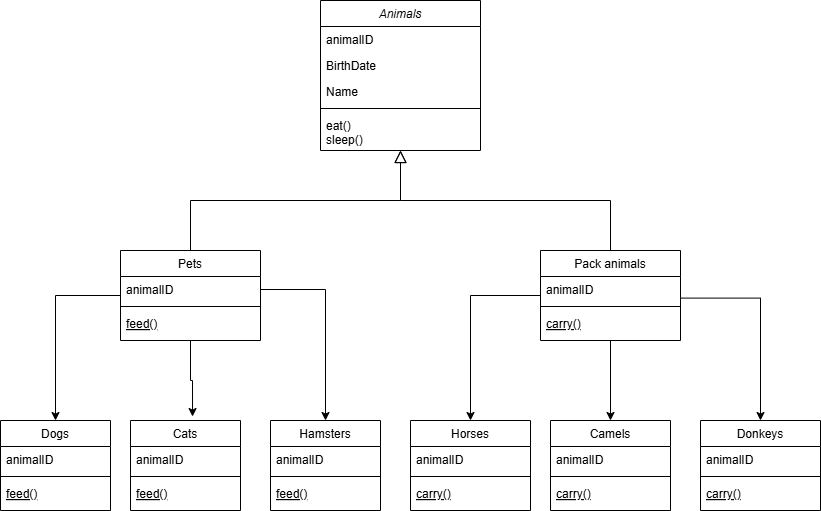
Before: diagram/Animals_diagram.drawio.png, a diagram exported from draw.io (avopira/final_block2). Source tidied: cells renumbered, new cells last; positions are measured from the earlier drawing's top-left corner, leaving out a move shared by most shapes.
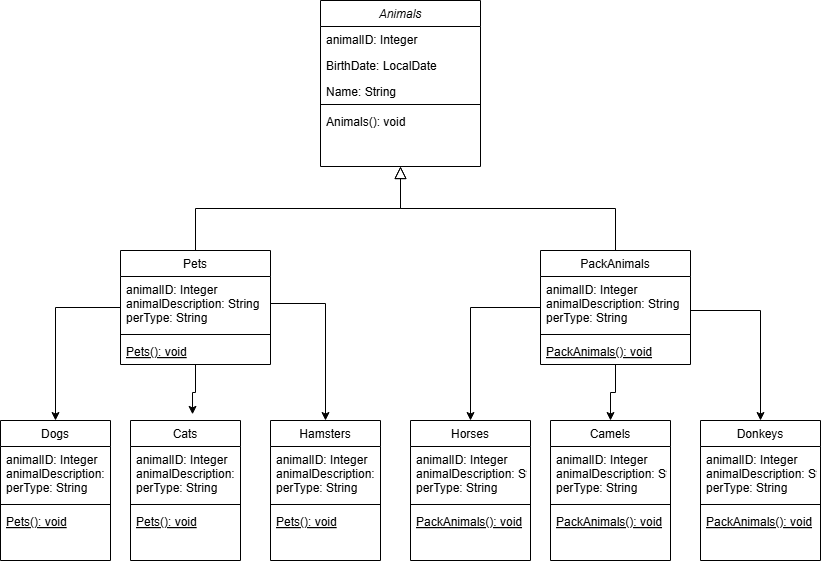
Later version of the same file.

What changed in the source:
```diff
@@ -3,37 +3,37 @@
     <mxCell id="0" />
     <mxCell id="1" parent="0" />
     <mxCell id="2" value="Animals" style="swimlane;fontStyle=2;align=center;verticalAlign=top;horizontal=1;startSize=26;rounded=0;shadow=0;strokeWidth=1;" parent="1" vertex="1">
-      <mxGeometry x="320" width="160" height="150" as="geometry" />
+      <mxGeometry x="320" width="160" height="166" as="geometry" />
     </mxCell>
-    <mxCell id="3" value="animalID" style="text;align=left;verticalAlign=top;spacingLeft=4;spacingRight=4;overflow=hidden;" parent="2" vertex="1">
+    <mxCell id="3" value="animalID: Integer" style="text;align=left;verticalAlign=top;spacingLeft=4;spacingRight=4;overflow=hidden;" parent="2" vertex="1">
       <mxGeometry y="26" width="160" height="26" as="geometry" />
     </mxCell>
-    <mxCell id="4" value="BirthDate" style="text;align=left;verticalAlign=top;spacingLeft=4;spacingRight=4;overflow=hidden;rounded=0;shadow=0;html=0;" parent="2" vertex="1">
+    <mxCell id="4" value="BirthDate: LocalDate" style="text;align=left;verticalAlign=top;spacingLeft=4;spacingRight=4;overflow=hidden;rounded=0;shadow=0;html=0;" parent="2" vertex="1">
       <mxGeometry y="52" width="160" height="26" as="geometry" />
     </mxCell>
-    <mxCell id="5" value="Name" style="text;align=left;verticalAlign=top;spacingLeft=4;spacingRight=4;overflow=hidden;rounded=0;shadow=0;html=0;" parent="2" vertex="1">
-      <mxGeometry y="78" width="160" height="26" as="geometry" />
+    <mxCell id="5" value="Name: String" style="text;align=left;verticalAlign=top;spacingLeft=4;spacingRight=4;overflow=hidden;rounded=0;shadow=0;html=0;" parent="2" vertex="1">
+      <mxGeometry y="78" width="160" height="22" as="geometry" />
     </mxCell>
     <mxCell id="6" style="line;html=1;strokeWidth=1;align=left;verticalAlign=middle;spacingTop=-1;spacingLeft=3;spacingRight=3;labelPosition=right;" parent="2" vertex="1">
-      <mxGeometry y="104" width="160" height="8" as="geometry" />
+      <mxGeometry y="100" width="160" height="8" as="geometry" />
     </mxCell>
-    <mxCell id="7" value="eat()&#10;sleep()" style="text;align=left;verticalAlign=top;spacingLeft=4;spacingRight=4;overflow=hidden;" parent="2" vertex="1">
-      <mxGeometry y="112" width="160" height="38" as="geometry" />
+    <mxCell id="7" value="Animals(): void" style="text;align=left;verticalAlign=top;spacingLeft=4;spacingRight=4;overflow=hidden;" parent="2" vertex="1">
+      <mxGeometry y="108" width="160" height="38" as="geometry" />
     </mxCell>
     <mxCell id="8" style="edgeStyle=orthogonalEdgeStyle;rounded=0;jettySize=auto;html=1;" parent="1" edge="1" source="9" target="22">
       <mxGeometry relative="1" as="geometry" />
     </mxCell>
     <mxCell id="9" value="Pets" style="swimlane;fontStyle=0;align=center;verticalAlign=top;horizontal=1;startSize=26;rounded=0;shadow=0;strokeWidth=1;" parent="1" vertex="1">
-      <mxGeometry x="120" y="250" width="140" height="90" as="geometry" />
+      <mxGeometry x="120" y="250" width="150" height="114" as="geometry" />
     </mxCell>
-    <mxCell id="10" value="animalID" style="text;align=left;verticalAlign=top;spacingLeft=4;spacingRight=4;overflow=hidden;points=[[0,0.5],[1,0.5]];portConstraint=eastwest;" parent="9" vertex="1">
-      <mxGeometry y="26" width="140" height="26" as="geometry" />
+    <mxCell id="10" value="animalID: Integer&#10;animalDescription: String&#10;perType: String" style="text;align=left;verticalAlign=top;spacingLeft=4;spacingRight=4;overflow=hidden;points=[[0,0.5],[1,0.5]];portConstraint=eastwest;" parent="9" vertex="1">
+      <mxGeometry y="26" width="150" height="54" as="geometry" />
     </mxCell>
     <mxCell id="11" style="line;html=1;strokeWidth=1;align=left;verticalAlign=middle;spacingTop=-1;spacingLeft=3;spacingRight=3;labelPosition=right;" parent="9" vertex="1">
-      <mxGeometry y="52" width="140" height="8" as="geometry" />
+      <mxGeometry y="80" width="150" height="8" as="geometry" />
     </mxCell>
-    <mxCell id="12" value="feed()" style="text;align=left;verticalAlign=top;spacingLeft=4;spacingRight=4;overflow=hidden;fontStyle=4;" parent="9" vertex="1">
-      <mxGeometry y="60" width="140" height="26" as="geometry" />
+    <mxCell id="12" value="Pets(): void" style="text;align=left;verticalAlign=top;spacingLeft=4;spacingRight=4;overflow=hidden;fontStyle=4;" parent="9" vertex="1">
+      <mxGeometry y="88" width="150" height="26" as="geometry" />
     </mxCell>
     <mxCell id="13" style="endArrow=block;endSize=10;endFill=0;shadow=0;strokeWidth=1;rounded=0;curved=0;edgeStyle=elbowEdgeStyle;elbow=vertical;" parent="1" edge="1" source="9" target="2">
       <mxGeometry relative="1" as="geometry" />
@@ -44,101 +44,106 @@
     <mxCell id="15" style="edgeStyle=orthogonalEdgeStyle;rounded=0;jettySize=auto;html=1;exitX=0.5;exitY=1;exitDx=0;exitDy=0;entryX=0.5;entryY=0;entryDx=0;entryDy=0;" parent="1" edge="1" source="17" target="40">
       <mxGeometry relative="1" as="geometry" />
     </mxCell>
-    <mxCell id="16" style="edgeStyle=orthogonalEdgeStyle;rounded=0;jettySize=auto;html=1;exitX=1.003;exitY=0.831;exitDx=0;exitDy=0;entryX=0.5;entryY=0;entryDx=0;entryDy=0;exitPerimeter=0;" parent="1" edge="1" source="18" target="44">
-      <mxGeometry relative="1" as="geometry" />
+    <mxCell id="16" style="edgeStyle=orthogonalEdgeStyle;rounded=0;jettySize=auto;html=1;exitX=1;exitY=0.5;exitDx=0;exitDy=0;entryX=0.5;entryY=0;entryDx=0;entryDy=0;" parent="1" edge="1" source="48" target="44">
+      <mxGeometry relative="1" as="geometry">
+        <Array as="points">
+          <mxPoint x="690" y="310" />
+          <mxPoint x="760" y="310" />
+        </Array>
+      </mxGeometry>
     </mxCell>
-    <mxCell id="17" value="Pack animals" style="swimlane;fontStyle=0;align=center;verticalAlign=top;horizontal=1;startSize=26;rounded=0;shadow=0;strokeWidth=1;" parent="1" vertex="1">
-      <mxGeometry x="540" y="250" width="140" height="90" as="geometry" />
+    <mxCell id="17" value="PackAnimals" style="swimlane;fontStyle=0;align=center;verticalAlign=top;horizontal=1;startSize=26;rounded=0;shadow=0;strokeWidth=1;" parent="1" vertex="1">
+      <mxGeometry x="540" y="250" width="150" height="114" as="geometry" />
     </mxCell>
-    <mxCell id="18" value="animalID" style="text;align=left;verticalAlign=top;spacingLeft=4;spacingRight=4;overflow=hidden;points=[[0,0.5],[1,0.5]];portConstraint=eastwest;" parent="17" vertex="1">
-      <mxGeometry y="26" width="140" height="26" as="geometry" />
-    </mxCell>
+    <mxCell id="48" value="animalID: Integer&#10;animalDescription: String&#10;perType: String" style="text;align=left;verticalAlign=top;spacingLeft=4;spacingRight=4;overflow=hidden;points=[[0,0.5],[1,0.5]];portConstraint=eastwest;" parent="17" vertex="1">
+      <mxGeometry y="26" width="150" height="54" as="geometry" />
+    </mxCell>
     <mxCell id="19" style="line;html=1;strokeWidth=1;align=left;verticalAlign=middle;spacingTop=-1;spacingLeft=3;spacingRight=3;labelPosition=right;" parent="17" vertex="1">
-      <mxGeometry y="52" width="140" height="8" as="geometry" />
+      <mxGeometry y="80" width="150" height="8" as="geometry" />
     </mxCell>
-    <mxCell id="20" value="carry()" style="text;align=left;verticalAlign=top;spacingLeft=4;spacingRight=4;overflow=hidden;fontStyle=4;" parent="17" vertex="1">
-      <mxGeometry y="60" width="140" height="26" as="geometry" />
+    <mxCell id="20" value="PackAnimals(): void" style="text;align=left;verticalAlign=top;spacingLeft=4;spacingRight=4;overflow=hidden;fontStyle=4;" parent="17" vertex="1">
+      <mxGeometry y="88" width="150" height="26" as="geometry" />
     </mxCell>
     <mxCell id="21" style="endArrow=block;endSize=10;endFill=0;shadow=0;strokeWidth=1;rounded=0;curved=0;edgeStyle=elbowEdgeStyle;elbow=vertical;" parent="1" edge="1" source="17" target="2">
       <mxGeometry relative="1" as="geometry" />
     </mxCell>
     <mxCell id="22" value="Dogs" style="swimlane;fontStyle=0;align=center;verticalAlign=top;horizontal=1;startSize=26;rounded=0;shadow=0;strokeWidth=1;" parent="1" vertex="1">
-      <mxGeometry y="420" width="110" height="90" as="geometry" />
+      <mxGeometry y="420" width="110" height="140" as="geometry" />
     </mxCell>
-    <mxCell id="23" value="animalID" style="text;align=left;verticalAlign=top;spacingLeft=4;spacingRight=4;overflow=hidden;" parent="22" vertex="1">
-      <mxGeometry y="26" width="110" height="26" as="geometry" />
-    </mxCell>
+    <mxCell id="49" value="animalID: Integer&#10;animalDescription: String&#10;perType: String" style="text;align=left;verticalAlign=top;spacingLeft=4;spacingRight=4;overflow=hidden;" parent="22" vertex="1">
+      <mxGeometry y="26" width="110" height="54" as="geometry" />
+    </mxCell>
     <mxCell id="24" style="line;html=1;strokeWidth=1;align=left;verticalAlign=middle;spacingTop=-1;spacingLeft=3;spacingRight=3;labelPosition=right;" parent="22" vertex="1">
-      <mxGeometry y="52" width="110" height="8" as="geometry" />
+      <mxGeometry y="80" width="110" height="8" as="geometry" />
     </mxCell>
-    <mxCell id="25" value="feed()" style="text;align=left;verticalAlign=top;spacingLeft=4;spacingRight=4;overflow=hidden;fontStyle=4;" parent="22" vertex="1">
-      <mxGeometry y="60" width="110" height="26" as="geometry" />
+    <mxCell id="25" value="Pets(): void" style="text;align=left;verticalAlign=top;spacingLeft=4;spacingRight=4;overflow=hidden;fontStyle=4;" parent="22" vertex="1">
+      <mxGeometry y="88" width="110" height="52" as="geometry" />
     </mxCell>
     <mxCell id="26" value="Cats" style="swimlane;fontStyle=0;align=center;verticalAlign=top;horizontal=1;startSize=26;rounded=0;shadow=0;strokeWidth=1;" parent="1" vertex="1">
-      <mxGeometry x="130" y="420" width="110" height="90" as="geometry" />
+      <mxGeometry x="130" y="420" width="110" height="140" as="geometry" />
     </mxCell>
-    <mxCell id="27" value="animalID" style="text;align=left;verticalAlign=top;spacingLeft=4;spacingRight=4;overflow=hidden;" parent="26" vertex="1">
-      <mxGeometry y="26" width="110" height="26" as="geometry" />
-    </mxCell>
+    <mxCell id="50" value="animalID: Integer&#10;animalDescription: String&#10;perType: String" style="text;align=left;verticalAlign=top;spacingLeft=4;spacingRight=4;overflow=hidden;" parent="26" vertex="1">
+      <mxGeometry y="26" width="110" height="54" as="geometry" />
+    </mxCell>
     <mxCell id="28" style="line;html=1;strokeWidth=1;align=left;verticalAlign=middle;spacingTop=-1;spacingLeft=3;spacingRight=3;labelPosition=right;" parent="26" vertex="1">
-      <mxGeometry y="52" width="110" height="8" as="geometry" />
+      <mxGeometry y="80" width="110" height="8" as="geometry" />
     </mxCell>
-    <mxCell id="29" value="feed()" style="text;align=left;verticalAlign=top;spacingLeft=4;spacingRight=4;overflow=hidden;fontStyle=4;" parent="26" vertex="1">
-      <mxGeometry y="60" width="110" height="26" as="geometry" />
-    </mxCell>
+    <mxCell id="51" value="Pets(): void" style="text;align=left;verticalAlign=top;spacingLeft=4;spacingRight=4;overflow=hidden;fontStyle=4;" parent="26" vertex="1">
+      <mxGeometry y="88" width="110" height="52" as="geometry" />
+    </mxCell>
     <mxCell id="30" style="edgeStyle=orthogonalEdgeStyle;rounded=0;jettySize=auto;html=1;entryX=0.564;entryY=-0.044;entryDx=0;entryDy=0;entryPerimeter=0;" parent="1" edge="1" source="9" target="26">
       <mxGeometry relative="1" as="geometry" />
     </mxCell>
     <mxCell id="31" value="Hamsters" style="swimlane;fontStyle=0;align=center;verticalAlign=top;horizontal=1;startSize=26;rounded=0;shadow=0;strokeWidth=1;" parent="1" vertex="1">
-      <mxGeometry x="270" y="420" width="110" height="90" as="geometry" />
+      <mxGeometry x="270" y="420" width="110" height="140" as="geometry" />
     </mxCell>
-    <mxCell id="32" value="animalID" style="text;align=left;verticalAlign=top;spacingLeft=4;spacingRight=4;overflow=hidden;" parent="31" vertex="1">
-      <mxGeometry y="26" width="110" height="26" as="geometry" />
-    </mxCell>
+    <mxCell id="52" value="animalID: Integer&#10;animalDescription: String&#10;perType: String" style="text;align=left;verticalAlign=top;spacingLeft=4;spacingRight=4;overflow=hidden;" parent="31" vertex="1">
+      <mxGeometry y="26" width="110" height="54" as="geometry" />
+    </mxCell>
     <mxCell id="33" style="line;html=1;strokeWidth=1;align=left;verticalAlign=middle;spacingTop=-1;spacingLeft=3;spacingRight=3;labelPosition=right;" parent="31" vertex="1">
-      <mxGeometry y="52" width="110" height="8" as="geometry" />
+      <mxGeometry y="80" width="110" height="8" as="geometry" />
     </mxCell>
-    <mxCell id="34" value="feed()" style="text;align=left;verticalAlign=top;spacingLeft=4;spacingRight=4;overflow=hidden;fontStyle=4;" parent="31" vertex="1">
-      <mxGeometry y="60" width="110" height="26" as="geometry" />
-    </mxCell>
+    <mxCell id="53" value="Pets(): void" style="text;align=left;verticalAlign=top;spacingLeft=4;spacingRight=4;overflow=hidden;fontStyle=4;" parent="31" vertex="1">
+      <mxGeometry y="88" width="110" height="52" as="geometry" />
+    </mxCell>
     <mxCell id="35" style="edgeStyle=orthogonalEdgeStyle;rounded=0;jettySize=auto;html=1;exitX=1;exitY=0.5;exitDx=0;exitDy=0;entryX=0.5;entryY=0;entryDx=0;entryDy=0;" parent="1" edge="1" source="10" target="31">
       <mxGeometry relative="1" as="geometry" />
     </mxCell>
     <mxCell id="36" value="Horses" style="swimlane;fontStyle=0;align=center;verticalAlign=top;horizontal=1;startSize=26;rounded=0;shadow=0;strokeWidth=1;" parent="1" vertex="1">
-      <mxGeometry x="410" y="420" width="120" height="90" as="geometry" />
+      <mxGeometry x="410" y="420" width="120" height="140" as="geometry" />
     </mxCell>
-    <mxCell id="37" value="animalID" style="text;align=left;verticalAlign=top;spacingLeft=4;spacingRight=4;overflow=hidden;" parent="36" vertex="1">
-      <mxGeometry y="26" width="120" height="26" as="geometry" />
-    </mxCell>
+    <mxCell id="54" value="animalID: Integer&#10;animalDescription: String&#10;perType: String" style="text;align=left;verticalAlign=top;spacingLeft=4;spacingRight=4;overflow=hidden;" parent="36" vertex="1">
+      <mxGeometry y="26" width="120" height="54" as="geometry" />
+    </mxCell>
     <mxCell id="38" style="line;html=1;strokeWidth=1;align=left;verticalAlign=middle;spacingTop=-1;spacingLeft=3;spacingRight=3;labelPosition=right;" parent="36" vertex="1">
-      <mxGeometry y="52" width="120" height="8" as="geometry" />
+      <mxGeometry y="80" width="120" height="8" as="geometry" />
     </mxCell>
-    <mxCell id="39" value="carry()" style="text;align=left;verticalAlign=top;spacingLeft=4;spacingRight=4;overflow=hidden;fontStyle=4;" parent="36" vertex="1">
-      <mxGeometry y="60" width="120" height="26" as="geometry" />
-    </mxCell>
+    <mxCell id="55" value="PackAnimals(): void" style="text;align=left;verticalAlign=top;spacingLeft=4;spacingRight=4;overflow=hidden;fontStyle=4;" parent="36" vertex="1">
+      <mxGeometry y="88" width="120" height="26" as="geometry" />
+    </mxCell>
     <mxCell id="40" value="Camels" style="swimlane;fontStyle=0;align=center;verticalAlign=top;horizontal=1;startSize=26;rounded=0;shadow=0;strokeWidth=1;" parent="1" vertex="1">
-      <mxGeometry x="550" y="420" width="120" height="90" as="geometry" />
+      <mxGeometry x="550" y="420" width="120" height="140" as="geometry" />
     </mxCell>
-    <mxCell id="41" value="animalID" style="text;align=left;verticalAlign=top;spacingLeft=4;spacingRight=4;overflow=hidden;" parent="40" vertex="1">
-      <mxGeometry y="26" width="120" height="26" as="geometry" />
-    </mxCell>
+    <mxCell id="56" value="animalID: Integer&#10;animalDescription: String&#10;perType: String" style="text;align=left;verticalAlign=top;spacingLeft=4;spacingRight=4;overflow=hidden;" parent="40" vertex="1">
+      <mxGeometry y="26" width="120" height="54" as="geometry" />
+    </mxCell>
     <mxCell id="42" style="line;html=1;strokeWidth=1;align=left;verticalAlign=middle;spacingTop=-1;spacingLeft=3;spacingRight=3;labelPosition=right;" parent="40" vertex="1">
-      <mxGeometry y="52" width="120" height="8" as="geometry" />
+      <mxGeometry y="80" width="120" height="8" as="geometry" />
     </mxCell>
-    <mxCell id="43" value="carry()" style="text;align=left;verticalAlign=top;spacingLeft=4;spacingRight=4;overflow=hidden;fontStyle=4;" parent="40" vertex="1">
-      <mxGeometry y="60" width="120" height="26" as="geometry" />
-    </mxCell>
+    <mxCell id="57" value="PackAnimals(): void" style="text;align=left;verticalAlign=top;spacingLeft=4;spacingRight=4;overflow=hidden;fontStyle=4;" parent="40" vertex="1">
+      <mxGeometry y="88" width="120" height="26" as="geometry" />
+    </mxCell>
     <mxCell id="44" value="Donkeys" style="swimlane;fontStyle=0;align=center;verticalAlign=top;horizontal=1;startSize=26;rounded=0;shadow=0;strokeWidth=1;" parent="1" vertex="1">
-      <mxGeometry x="700" y="420" width="120" height="90" as="geometry" />
+      <mxGeometry x="700" y="420" width="120" height="140" as="geometry" />
     </mxCell>
-    <mxCell id="45" value="animalID" style="text;align=left;verticalAlign=top;spacingLeft=4;spacingRight=4;overflow=hidden;" parent="44" vertex="1">
-      <mxGeometry y="26" width="120" height="26" as="geometry" />
-    </mxCell>
+    <mxCell id="58" value="animalID: Integer&#10;animalDescription: String&#10;perType: String" style="text;align=left;verticalAlign=top;spacingLeft=4;spacingRight=4;overflow=hidden;" parent="44" vertex="1">
+      <mxGeometry y="26" width="120" height="54" as="geometry" />
+    </mxCell>
     <mxCell id="46" style="line;html=1;strokeWidth=1;align=left;verticalAlign=middle;spacingTop=-1;spacingLeft=3;spacingRight=3;labelPosition=right;" parent="44" vertex="1">
-      <mxGeometry y="52" width="120" height="8" as="geometry" />
+      <mxGeometry y="80" width="120" height="8" as="geometry" />
     </mxCell>
-    <mxCell id="47" value="carry()" style="text;align=left;verticalAlign=top;spacingLeft=4;spacingRight=4;overflow=hidden;fontStyle=4;" parent="44" vertex="1">
-      <mxGeometry y="60" width="120" height="26" as="geometry" />
-    </mxCell>
+    <mxCell id="59" value="PackAnimals(): void" style="text;align=left;verticalAlign=top;spacingLeft=4;spacingRight=4;overflow=hidden;fontStyle=4;" parent="44" vertex="1">
+      <mxGeometry y="88" width="120" height="26" as="geometry" />
+    </mxCell>
   </root>
 </mxGraphModel>
```
